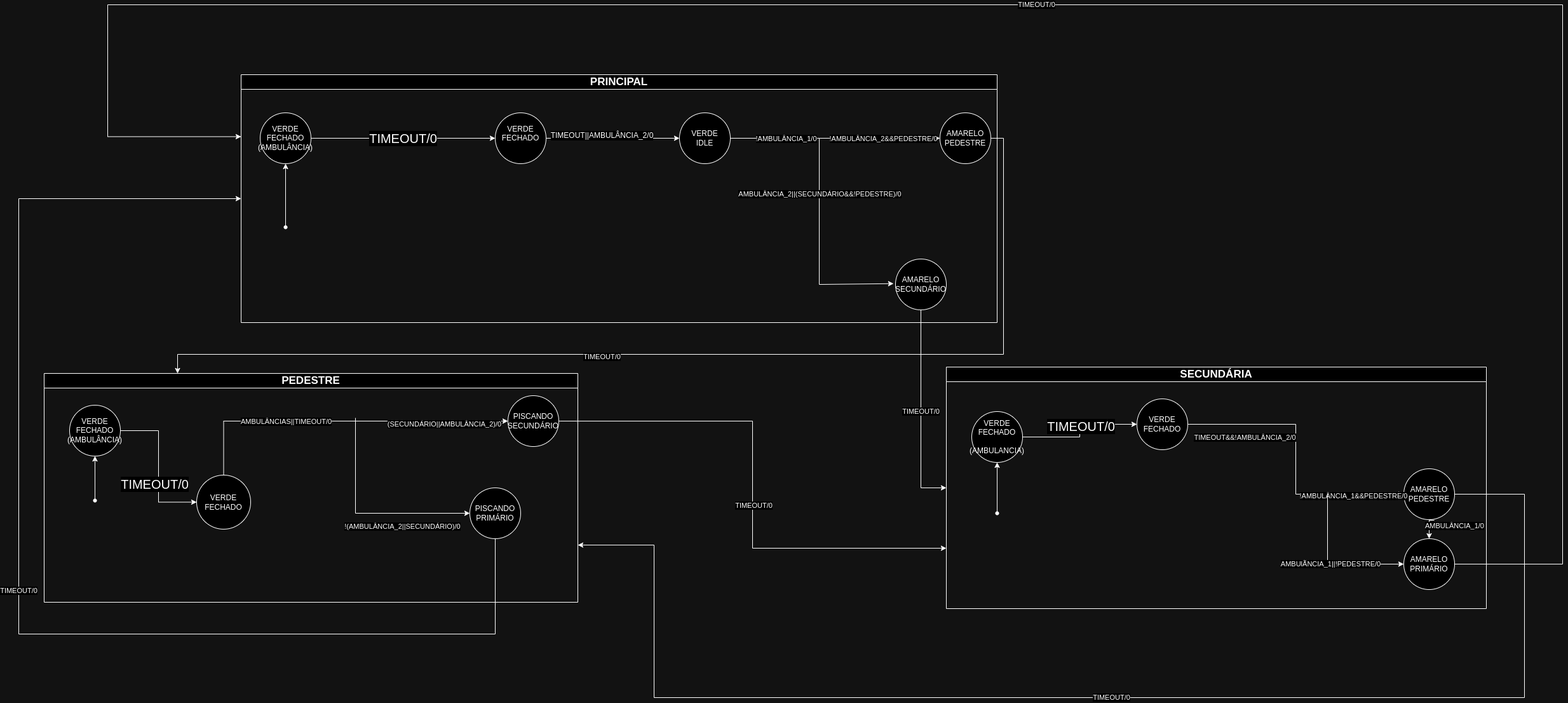
The draw.io diagram semaforoSM.drawio.png in GivaldoEc/semaforo-chibi, before a commit. Source tidied: cells renumbered, new cells last; positions are measured from the earlier drawing's top-left corner, leaving out a move shared by most shapes.
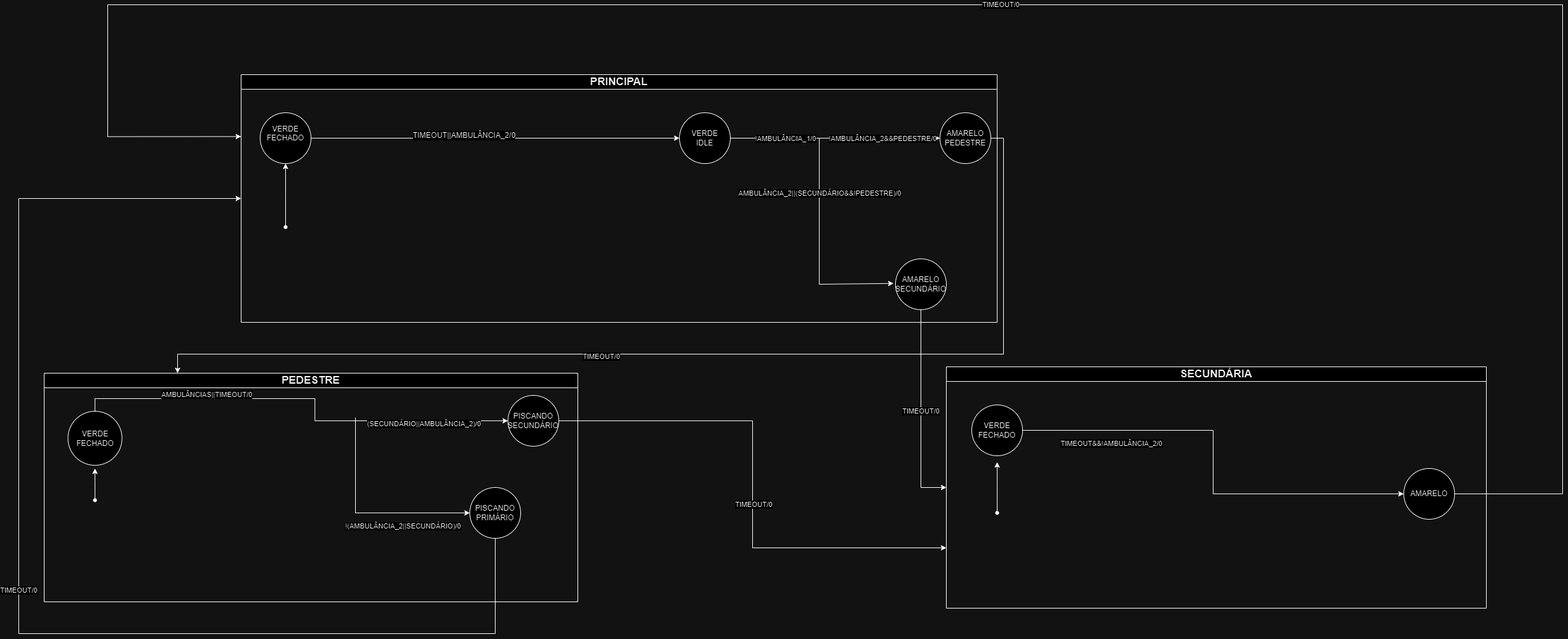
After the commit.

Change to the diagram source:
```diff
@@ -5,20 +5,13 @@
     <mxCell id="2" value="&lt;font style=&quot;font-size: 17px;&quot;&gt;PEDESTRE&lt;/font&gt;" style="swimlane;whiteSpace=wrap;html=1;" parent="1" vertex="1">
       <mxGeometry x="40" y="580" width="840" height="360" as="geometry" />
     </mxCell>
-    <mxCell id="3" style="edgeStyle=orthogonalEdgeStyle;rounded=0;jettySize=auto;html=1;exitX=1;exitY=0.5;exitDx=0;exitDy=0;entryX=0;entryY=0.5;entryDx=0;entryDy=0;" parent="2" edge="1" source="5" target="11">
-      <mxGeometry relative="1" as="geometry" />
-    </mxCell>
-    <mxCell id="4" value="&lt;span style=&quot;font-size: 20px;&quot;&gt;TIMEOUT/0&lt;/span&gt;" style="edgeLabel;html=1;align=center;verticalAlign=middle;" parent="3" vertex="1">
-      <mxGeometry x="0.24" y="-7" relative="1" as="geometry" />
-    </mxCell>
-    <mxCell id="5" value="VERDE FECHADO&lt;div&gt;(AMBULÂNCIA)&lt;/div&gt;" style="ellipse;whiteSpace=wrap;html=1;" parent="2" vertex="1">
-      <mxGeometry x="40" y="50" width="80" height="80" as="geometry" />
-    </mxCell>
     <mxCell id="6" value="&lt;div&gt;PISCANDO&lt;/div&gt;&lt;div&gt;SECUNDÁRIO&lt;/div&gt;" style="ellipse;whiteSpace=wrap;html=1;" parent="2" vertex="1">
       <mxGeometry x="730" y="35" width="80" height="80" as="geometry" />
     </mxCell>
-    <mxCell id="7" style="edgeStyle=orthogonalEdgeStyle;rounded=0;jettySize=auto;html=1;" parent="2" edge="1" source="8" target="5">
-      <mxGeometry relative="1" as="geometry" />
+    <mxCell id="7" style="edgeStyle=orthogonalEdgeStyle;rounded=0;jettySize=auto;html=1;" parent="2" edge="1" source="8">
+      <mxGeometry relative="1" as="geometry">
+        <mxPoint x="80" y="150" as="targetPoint" />
+      </mxGeometry>
     </mxCell>
     <mxCell id="8" style="shape=waypoint;sketch=0;fillStyle=solid;size=6;points=[];fillColor=none;perimeter=centerPerimeter;snapToPoint=1;" parent="2" vertex="1">
       <mxGeometry x="70" y="190" width="20" height="20" as="geometry" />
@@ -34,7 +27,7 @@
       </mxGeometry>
     </mxCell>
     <mxCell id="11" value="VERDE FECHADO" style="ellipse;whiteSpace=wrap;html=1;" parent="2" vertex="1">
-      <mxGeometry x="240" y="160" width="85" height="85" as="geometry" />
+      <mxGeometry x="37.5" y="60" width="85" height="85" as="geometry" />
     </mxCell>
     <mxCell id="12" style="endArrow=classic;html=1;rounded=0;entryX=0;entryY=0.5;entryDx=0;entryDy=0;" parent="2" edge="1" target="14">
       <mxGeometry relative="1" as="geometry">
@@ -55,27 +48,13 @@
     <mxCell id="15" value="&lt;font style=&quot;font-size: 17px;&quot;&gt;SECUNDÁRIA&lt;/font&gt;" style="swimlane;whiteSpace=wrap;html=1;" parent="1" vertex="1">
       <mxGeometry x="1460" y="570" width="850" height="380" as="geometry" />
     </mxCell>
-    <mxCell id="16" style="edgeStyle=orthogonalEdgeStyle;rounded=0;jettySize=auto;html=1;exitX=1;exitY=0.5;exitDx=0;exitDy=0;entryX=0;entryY=0.5;entryDx=0;entryDy=0;" parent="15" edge="1" source="18" target="26">
-      <mxGeometry relative="1" as="geometry" />
-    </mxCell>
-    <mxCell id="17" value="&lt;span style=&quot;font-size: 20px;&quot;&gt;TIMEOUT/0&lt;/span&gt;" style="edgeLabel;html=1;align=center;verticalAlign=middle;" parent="16" vertex="1">
-      <mxGeometry x="0.07" y="-1" relative="1" as="geometry">
-        <mxPoint y="-1" as="offset" />
-      </mxGeometry>
-    </mxCell>
-    <mxCell id="18" value="VERDE FECHADO&lt;div&gt;&lt;br&gt;&lt;/div&gt;&lt;div&gt;(AMBULANCIA)&lt;/div&gt;" style="ellipse;whiteSpace=wrap;html=1;" parent="15" vertex="1">
-      <mxGeometry x="40" y="70" width="80" height="80" as="geometry" />
-    </mxCell>
-    <mxCell id="19" value="AMBULÂNCIA_1/0" style="edgeStyle=orthogonalEdgeStyle;rounded=0;jettySize=auto;html=1;exitX=0.6;exitY=1.013;exitDx=0;exitDy=0;entryX=0.5;entryY=0;entryDx=0;entryDy=0;exitPerimeter=0;" parent="15" edge="1" source="20" target="27">
-      <mxGeometry x="-1" y="33" relative="1" as="geometry">
-        <mxPoint x="32" y="-24" as="offset" />
-      </mxGeometry>
-    </mxCell>
-    <mxCell id="20" value="AMARELO&lt;div&gt;PEDESTRE&lt;/div&gt;" style="ellipse;whiteSpace=wrap;html=1;" parent="15" vertex="1">
+    <mxCell id="20" value="AMARELO" style="ellipse;whiteSpace=wrap;html=1;" parent="15" vertex="1">
       <mxGeometry x="720" y="160" width="80" height="80" as="geometry" />
     </mxCell>
-    <mxCell id="21" style="edgeStyle=orthogonalEdgeStyle;rounded=0;jettySize=auto;html=1;" parent="15" edge="1" source="22" target="18">
-      <mxGeometry relative="1" as="geometry" />
+    <mxCell id="21" style="edgeStyle=orthogonalEdgeStyle;rounded=0;jettySize=auto;html=1;" parent="15" edge="1" source="22">
+      <mxGeometry relative="1" as="geometry">
+        <mxPoint x="80" y="150" as="targetPoint" />
+      </mxGeometry>
     </mxCell>
     <mxCell id="22" style="shape=waypoint;sketch=0;fillStyle=solid;size=6;points=[];fillColor=none;perimeter=centerPerimeter;snapToPoint=1;" parent="15" vertex="1">
       <mxGeometry x="70" y="220" width="20" height="20" as="geometry" />
@@ -88,24 +67,9 @@
         <mxPoint x="1" y="20" as="offset" />
       </mxGeometry>
     </mxCell>
-    <mxCell id="25" value="!AMBULÂNCIA_1&amp;amp;&amp;amp;PEDESTRE/0" style="edgeLabel;html=1;align=center;verticalAlign=middle;" parent="23" vertex="1">
-      <mxGeometry x="0.64" y="-2" relative="1" as="geometry" />
-    </mxCell>
     <mxCell id="26" value="VERDE FECHADO" style="ellipse;whiteSpace=wrap;html=1;" parent="15" vertex="1">
-      <mxGeometry x="300" y="50" width="80" height="80" as="geometry" />
+      <mxGeometry x="40" y="60" width="80" height="80" as="geometry" />
     </mxCell>
-    <mxCell id="27" value="AMARELO&lt;div&gt;PRIMÁRIO&lt;/div&gt;" style="ellipse;whiteSpace=wrap;html=1;" parent="15" vertex="1">
-      <mxGeometry x="720" y="270" width="80" height="80" as="geometry" />
-    </mxCell>
-    <mxCell id="28" value="AMBUlÃNCIA_1||!PEDESTRE/0" style="endArrow=classic;html=1;rounded=0;entryX=0;entryY=0.5;entryDx=0;entryDy=0;" parent="15" edge="1">
-      <mxGeometry relative="1" as="geometry">
-        <mxPoint x="600" y="200" as="sourcePoint" />
-        <mxPoint x="720" y="310" as="targetPoint" />
-        <Array as="points">
-          <mxPoint x="600" y="310" />
-        </Array>
-      </mxGeometry>
-    </mxCell>
     <mxCell id="29" value="&lt;span style=&quot;font-size: 17px;&quot;&gt;PRINCIPAL&lt;/span&gt;" style="swimlane;whiteSpace=wrap;html=1;" parent="1" vertex="1">
       <mxGeometry x="350" y="110" width="1190" height="390" as="geometry" />
     </mxCell>
@@ -115,14 +79,10 @@
     <mxCell id="31" value="AMARELO&lt;div&gt;PEDESTRE&lt;/div&gt;" style="ellipse;whiteSpace=wrap;html=1;" parent="29" vertex="1">
       <mxGeometry x="1100" y="60" width="80" height="80" as="geometry" />
     </mxCell>
-    <mxCell id="32" value="&lt;font style=&quot;font-size: 20px;&quot;&gt;TIMEOUT/0&lt;/font&gt;" style="edgeStyle=orthogonalEdgeStyle;rounded=0;jettySize=auto;html=1;entryX=0;entryY=0.5;entryDx=0;entryDy=0;" parent="29" edge="1" source="33" target="38">
-      <mxGeometry relative="1" as="geometry" />
-    </mxCell>
-    <mxCell id="33" value="VERDE FECHADO&lt;div&gt;(AMBULÂNCIA)&lt;/div&gt;" style="ellipse;whiteSpace=wrap;html=1;" parent="29" vertex="1">
-      <mxGeometry x="30" y="60" width="80" height="80" as="geometry" />
-    </mxCell>
-    <mxCell id="34" style="edgeStyle=orthogonalEdgeStyle;rounded=0;jettySize=auto;html=1;" parent="29" edge="1" source="35" target="33">
-      <mxGeometry relative="1" as="geometry" />
+    <mxCell id="34" style="edgeStyle=orthogonalEdgeStyle;rounded=0;jettySize=auto;html=1;" parent="29" edge="1" source="35">
+      <mxGeometry relative="1" as="geometry">
+        <mxPoint x="70" y="140" as="targetPoint" />
+      </mxGeometry>
     </mxCell>
     <mxCell id="35" style="shape=waypoint;sketch=0;fillStyle=solid;size=6;points=[];fillColor=none;perimeter=centerPerimeter;snapToPoint=1;" parent="29" vertex="1">
       <mxGeometry x="60" y="230" width="20" height="20" as="geometry" />
@@ -134,7 +94,7 @@
       <mxGeometry x="-0.18" y="5" relative="1" as="geometry" />
     </mxCell>
     <mxCell id="38" value="VERDE FECHADO&lt;div&gt;&lt;br&gt;&lt;/div&gt;" style="ellipse;whiteSpace=wrap;html=1;" parent="29" vertex="1">
-      <mxGeometry x="400" y="60" width="80" height="80" as="geometry" />
+      <mxGeometry x="30" y="60" width="80" height="80" as="geometry" />
     </mxCell>
     <mxCell id="39" style="endArrow=classic;html=1;rounded=0;entryX=-0.039;entryY=0.484;entryDx=0;entryDy=0;entryPerimeter=0;" parent="29" edge="1" target="44">
       <mxGeometry relative="1" as="geometry">
@@ -199,23 +159,13 @@
         </Array>
       </mxGeometry>
     </mxCell>
-    <mxCell id="51" value="TIMEOUT/0" style="edgeStyle=orthogonalEdgeStyle;rounded=0;jettySize=auto;html=1;entryX=1;entryY=0.75;entryDx=0;entryDy=0;" parent="1" edge="1" source="20" target="2">
-      <mxGeometry relative="1" as="geometry">
-        <Array as="points">
-          <mxPoint x="2370" y="770" />
-          <mxPoint x="2370" y="1090" />
-          <mxPoint x="1000" y="1090" />
-          <mxPoint x="1000" y="850" />
-        </Array>
-      </mxGeometry>
-    </mxCell>
-    <mxCell id="52" value="TIMEOUT/0" style="edgeStyle=orthogonalEdgeStyle;rounded=0;jettySize=auto;html=1;entryX=0;entryY=0.25;entryDx=0;entryDy=0;" parent="1" edge="1" source="27" target="29">
+    <mxCell id="52" value="TIMEOUT/0" style="edgeStyle=orthogonalEdgeStyle;rounded=0;jettySize=auto;html=1;entryX=0;entryY=0.25;entryDx=0;entryDy=0;exitX=1;exitY=0.5;exitDx=0;exitDy=0;" parent="1" edge="1" source="20" target="29">
       <mxGeometry relative="1" as="geometry">
         <Array as="points">
-          <mxPoint x="2430" y="880" />
+          <mxPoint x="2430" y="770" />
           <mxPoint x="2430" />
           <mxPoint x="140" />
-          <mxPoint x="140" y="207" />
+          <mxPoint x="140" y="208" />
         </Array>
       </mxGeometry>
     </mxCell>
```
